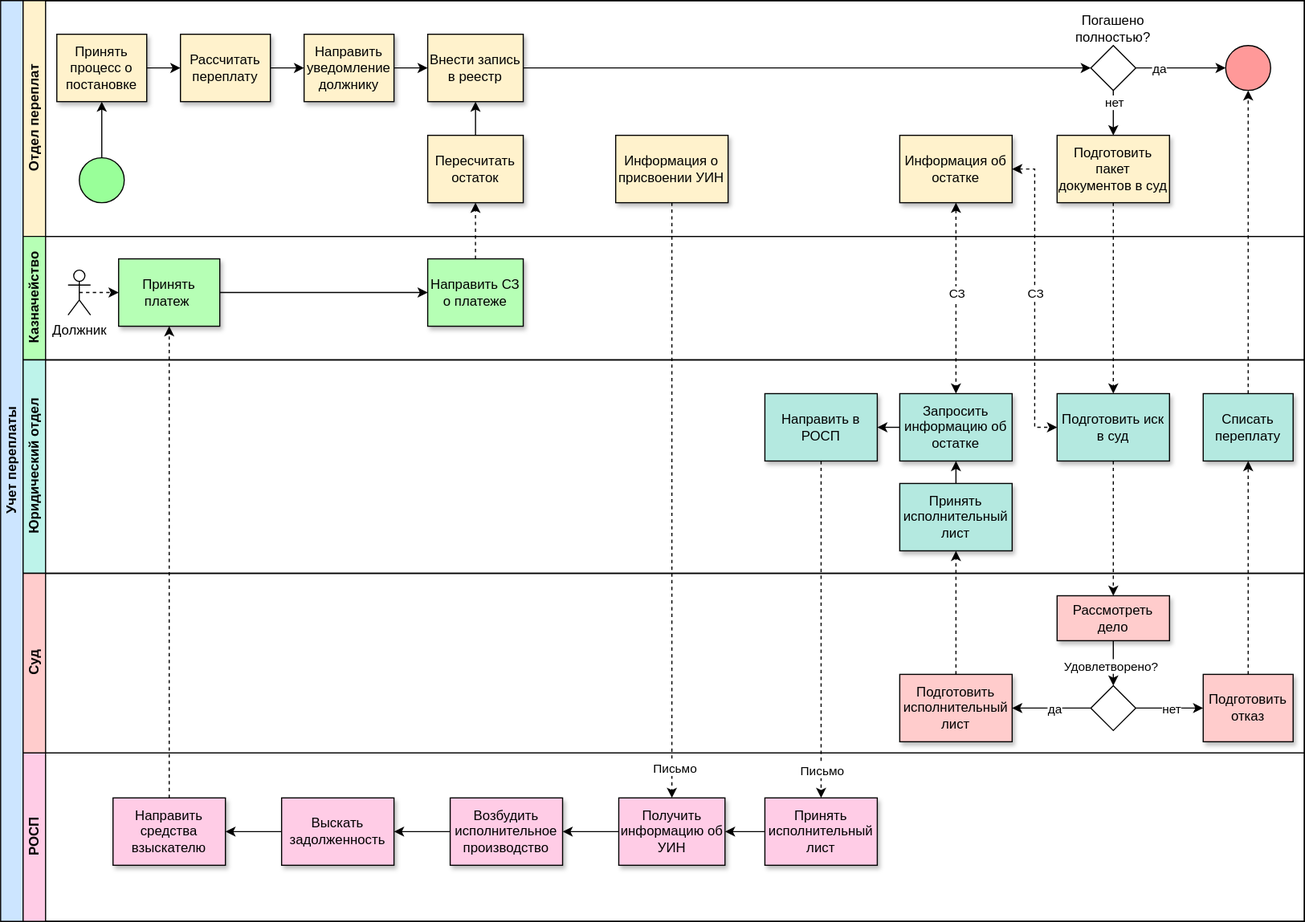
This is diagrams/ASIS.svg from NadezdaHope19/OverpaymentSys, a draw.io export, as it was before one commit. Source tidied: cells renumbered, new cells last; positions are measured from the earlier drawing's top-left corner, leaving out a move shared by most shapes.
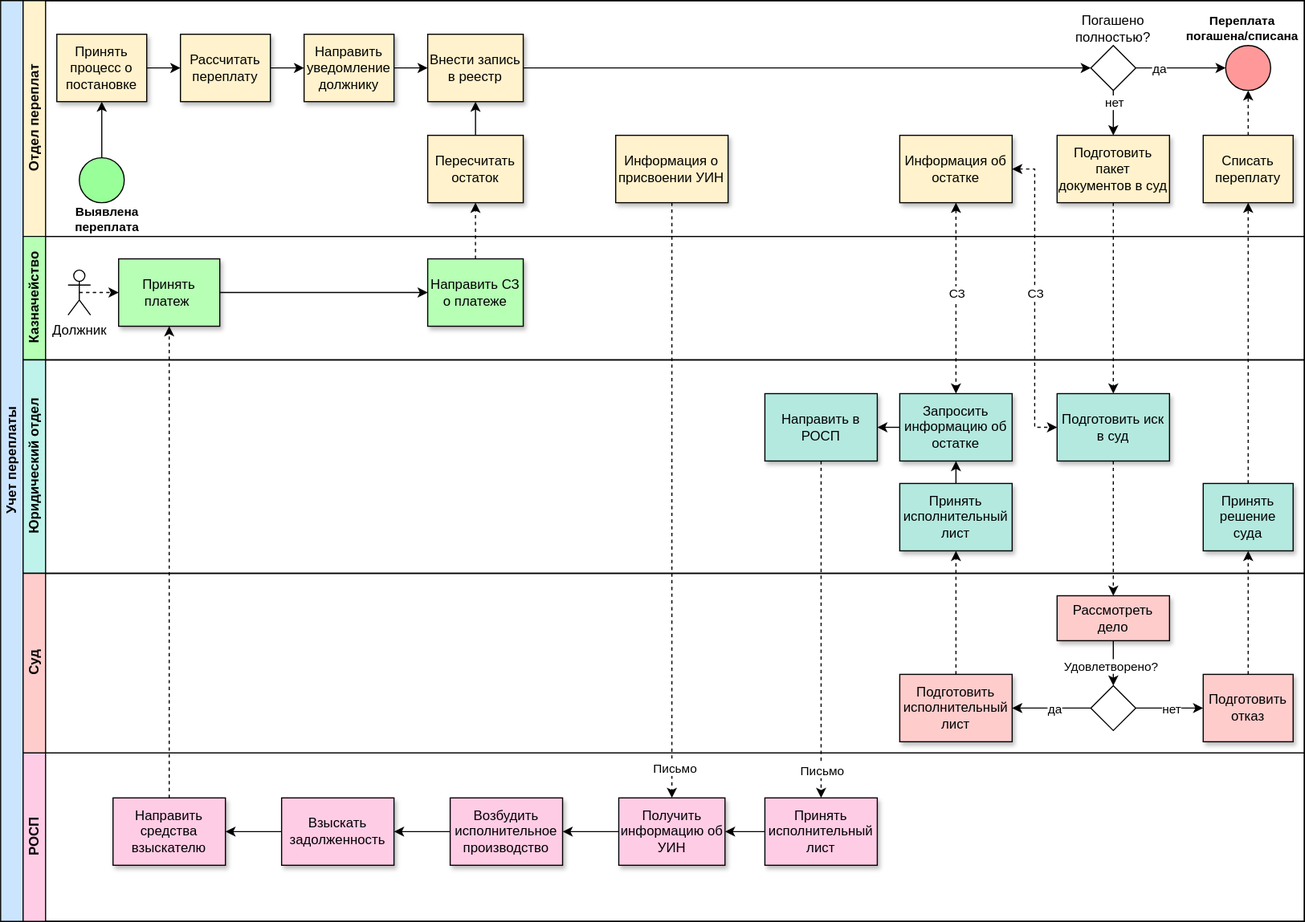
The same file after the commit.

The edit, as a diff of the source:
```diff
@@ -80,6 +80,18 @@
     <mxCell id="25" value="Направить уведомление должнику" style="rounded=0;whiteSpace=wrap;html=1;fontFamily=Helvetica;fontSize=12;fontColor=#000000;align=center;shadow=1;fillColor=#FFF2CC;" parent="3" vertex="1">
       <mxGeometry x="250" y="30" width="80" height="60" as="geometry" />
     </mxCell>
+    <mxCell id="76" value="Переплата погашена/списана" style="text;html=1;whiteSpace=wrap;strokeColor=none;fillColor=none;align=center;verticalAlign=middle;rounded=0;fontStyle=1;fontSize=11;" parent="3" vertex="1">
+      <mxGeometry x="1030" y="10" width="110" height="30" as="geometry" />
+    </mxCell>
+    <mxCell id="77" value="Выявлена переплата" style="text;html=1;whiteSpace=wrap;strokeColor=none;fillColor=none;align=center;verticalAlign=middle;rounded=0;fontStyle=1;fontSize=11;" parent="3" vertex="1">
+      <mxGeometry x="20" y="180" width="110" height="30" as="geometry" />
+    </mxCell>
+    <mxCell id="78" value="Списать переплату" style="rounded=0;whiteSpace=wrap;html=1;fontFamily=Helvetica;fontSize=12;fontColor=#000000;align=center;shadow=1;fillColor=#FFF2CC;" parent="3" vertex="1">
+      <mxGeometry x="1050" y="120" width="80" height="60" as="geometry" />
+    </mxCell>
+    <mxCell id="79" style="edgeStyle=orthogonalEdgeStyle;rounded=0;jettySize=auto;html=1;endArrow=classic;endFill=1;entryX=0.5;entryY=1;entryDx=0;entryDy=0;dashed=1;exitX=0.5;exitY=0;exitDx=0;exitDy=0;" parent="3" edge="1" source="78" target="17">
+      <mxGeometry relative="1" as="geometry" />
+    </mxCell>
     <mxCell id="26" value="Казначейство" style="swimlane;html=1;startSize=20;horizontal=0;fillColor=#B6FFB5;" parent="2" vertex="1">
       <mxGeometry x="20" y="210" width="1140" height="110" as="geometry" />
     </mxCell>
@@ -107,8 +119,8 @@
     <mxCell id="34" value="Подготовить иск в суд" style="rounded=0;whiteSpace=wrap;html=1;fontFamily=Helvetica;fontSize=12;fontColor=#000000;align=center;shadow=1;fillColor=#B4E9E0;" parent="32" vertex="1">
       <mxGeometry x="920" y="30" width="100" height="60" as="geometry" />
     </mxCell>
-    <mxCell id="35" value="Списать переплату" style="rounded=0;whiteSpace=wrap;html=1;fontFamily=Helvetica;fontSize=12;fontColor=#000000;align=center;shadow=1;fillColor=#B4E9E0;" parent="32" vertex="1">
-      <mxGeometry x="1050" y="30" width="80" height="60" as="geometry" />
+    <mxCell id="35" value="Принять решение суда" style="rounded=0;whiteSpace=wrap;html=1;fontFamily=Helvetica;fontSize=12;fontColor=#000000;align=center;shadow=1;fillColor=#B4E9E0;" parent="32" vertex="1">
+      <mxGeometry x="1050" y="110" width="80" height="60" as="geometry" />
     </mxCell>
     <mxCell id="36" value="Направить в РОСП" style="rounded=0;whiteSpace=wrap;html=1;fontFamily=Helvetica;fontSize=12;fontColor=#000000;align=center;shadow=1;fillColor=#B4E9E0;" parent="32" vertex="1">
       <mxGeometry x="660" y="30" width="100" height="60" as="geometry" />
@@ -169,12 +181,8 @@
     <mxCell id="54" style="edgeStyle=orthogonalEdgeStyle;rounded=0;jettySize=auto;html=1;dashed=1;endArrow=classic;endFill=1;exitX=0.5;exitY=0;exitDx=0;exitDy=0;entryX=0.5;entryY=1;entryDx=0;entryDy=0;" parent="2" edge="1" source="46" target="35">
       <mxGeometry relative="1" as="geometry" />
     </mxCell>
-    <mxCell id="55" style="edgeStyle=orthogonalEdgeStyle;rounded=0;jettySize=auto;html=1;endArrow=classic;endFill=1;entryX=0.5;entryY=1;entryDx=0;entryDy=0;dashed=1;exitX=0.5;exitY=0;exitDx=0;exitDy=0;" parent="2" edge="1" source="35" target="17">
-      <mxGeometry relative="1" as="geometry">
-        <Array as="points">
-          <mxPoint x="1110" y="350" />
-        </Array>
-      </mxGeometry>
+    <mxCell id="55" style="edgeStyle=orthogonalEdgeStyle;rounded=0;jettySize=auto;html=1;endArrow=classic;endFill=1;entryX=0.5;entryY=1;entryDx=0;entryDy=0;dashed=1;exitX=0.5;exitY=0;exitDx=0;exitDy=0;" parent="2" edge="1" source="35" target="78">
+      <mxGeometry relative="1" as="geometry" />
     </mxCell>
     <mxCell id="56" style="edgeStyle=orthogonalEdgeStyle;rounded=0;jettySize=auto;html=1;dashed=1;endArrow=classic;endFill=1;exitX=0.5;exitY=1;exitDx=0;exitDy=0;startArrow=classic;startFill=1;entryX=0.5;entryY=0;entryDx=0;entryDy=0;" parent="2" edge="1" source="21" target="33">
       <mxGeometry relative="1" as="geometry" />
@@ -230,7 +238,7 @@
     <mxCell id="70" style="edgeStyle=orthogonalEdgeStyle;rounded=0;jettySize=auto;html=1;" parent="64" edge="1" source="71" target="72">
       <mxGeometry relative="1" as="geometry" />
     </mxCell>
-    <mxCell id="71" value="Выскать задолженность" style="rounded=0;whiteSpace=wrap;html=1;fontFamily=Helvetica;fontSize=12;fontColor=#000000;align=center;shadow=1;fillColor=#FFCCE6;" parent="64" vertex="1">
+    <mxCell id="71" value="Взыскать задолженность" style="rounded=0;whiteSpace=wrap;html=1;fontFamily=Helvetica;fontSize=12;fontColor=#000000;align=center;shadow=1;fillColor=#FFCCE6;" parent="64" vertex="1">
       <mxGeometry x="230" y="40" width="100" height="60" as="geometry" />
     </mxCell>
     <mxCell id="72" value="Направить средства взыскателю" style="rounded=0;whiteSpace=wrap;html=1;fontFamily=Helvetica;fontSize=12;fontColor=#000000;align=center;shadow=1;fillColor=#FFCCE6;" parent="64" vertex="1">
```
